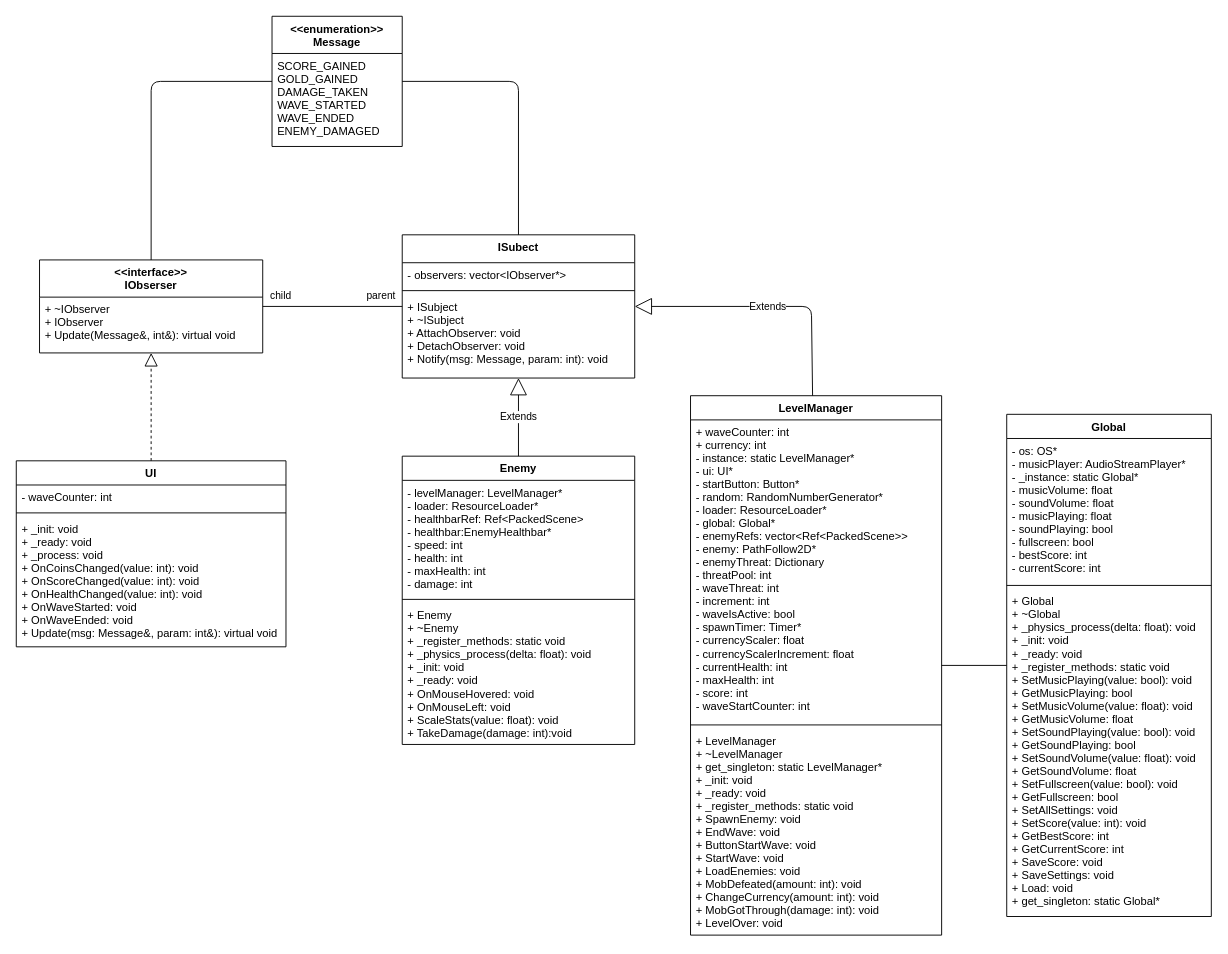
Earlier version of the draw.io diagram page "UI" (1 of 4) of UMLDiagram.drawio (foreboding-sky/RainbowLands). Source tidied: cells renumbered, new cells numbered last; positions are measured from the earlier drawing's top-left corner, leaving out a move shared by most shapes. Both pictures are drawn from the tidied source at 93%, with x=0, y=0 at pixel (16, 16).
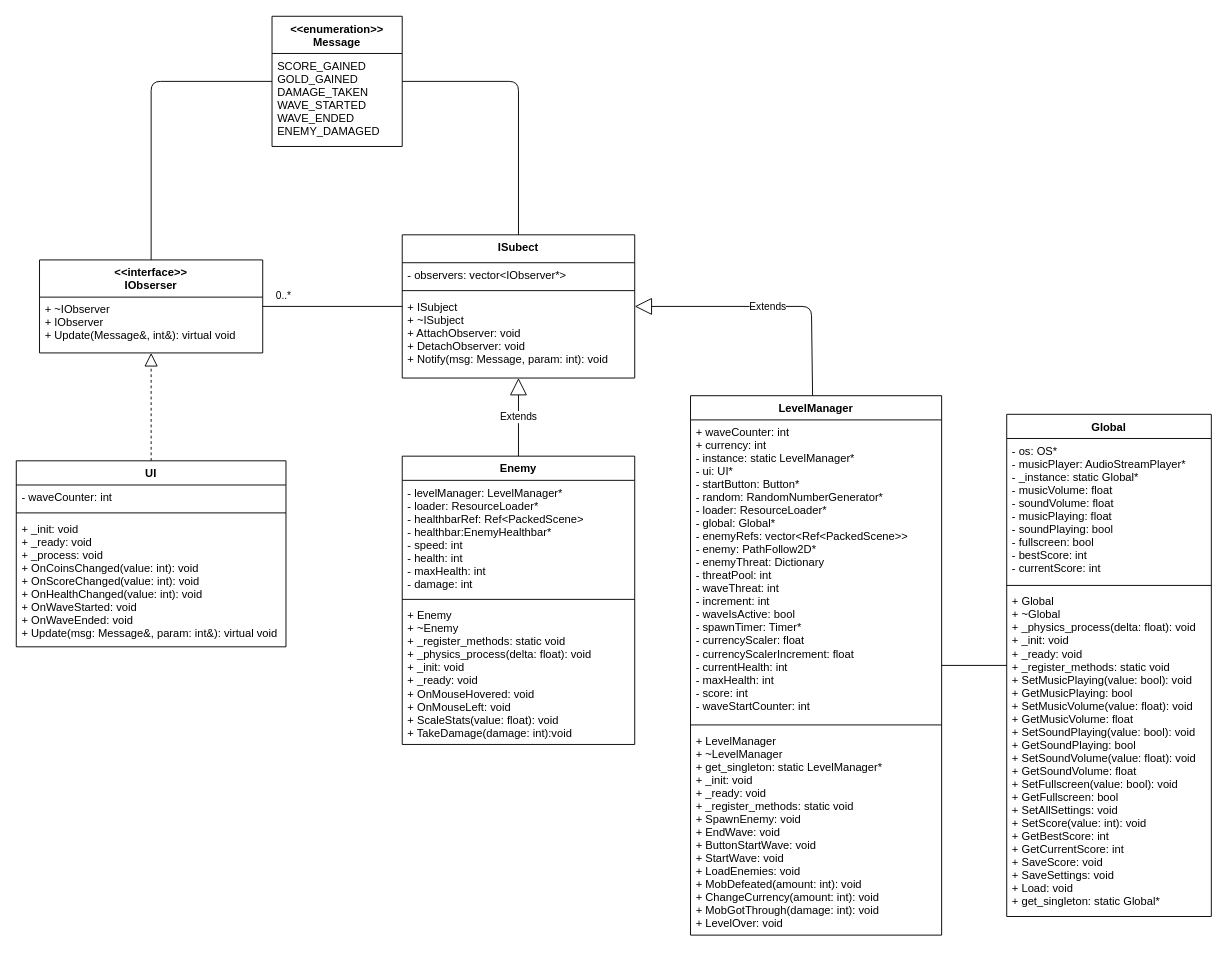
The same diagram, later.

The change refers to these unchanged cells:
```xml
<mxCell id="25" style="endArrow=none;html=1;edgeStyle=orthogonalEdgeStyle;" parent="1" edge="1" source="4" target="2">
  <mxGeometry relative="1" as="geometry" />
</mxCell>
```

Diff of the diagram source:
```diff
@@
-    <mxCell id="26" value="parent" style="edgeLabel;html=1;align=left;verticalAlign=bottom;" parent="25" vertex="1">
-      <mxGeometry x="-1" relative="1" as="geometry">
-        <mxPoint x="-40" y="-4" as="offset" />
-      </mxGeometry>
-    </mxCell>
-    <mxCell id="27" value="child" style="edgeLabel;html=1;align=right;verticalAlign=bottom;" parent="25" vertex="1">
+    <mxCell id="27" value="0..*" style="edgeLabel;html=1;align=right;verticalAlign=bottom;" parent="25" vertex="1">
       <mxGeometry x="1" relative="1" as="geometry">
         <mxPoint x="31" y="-4" as="offset" />
       </mxGeometry>
     </mxCell>
```
